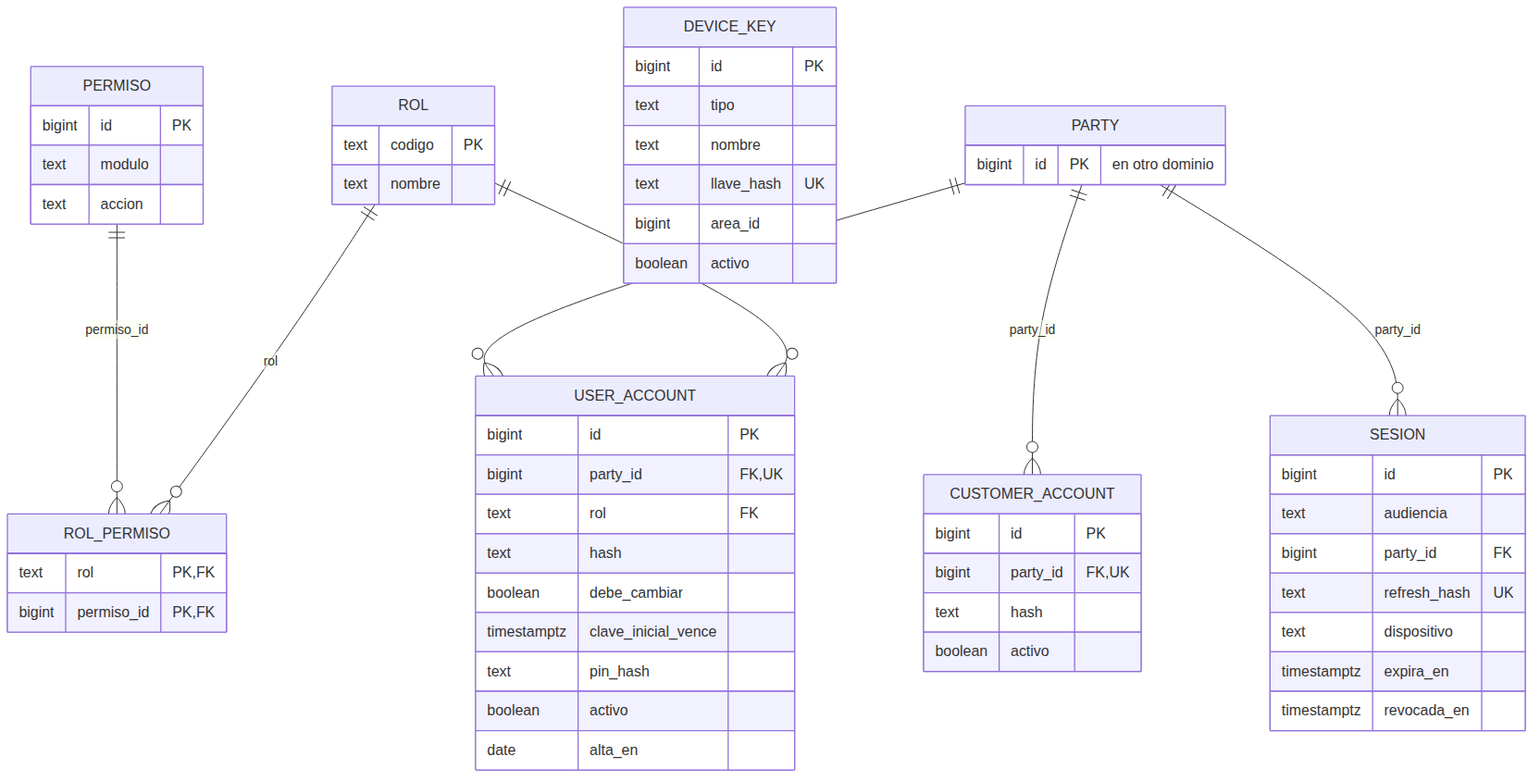
The Mermaid diagram docs/datos/er/02-acceso.png in JoseEM26/caprichos, before a commit. Its source is kept beside it as docs/datos/er/02-acceso.mmd.
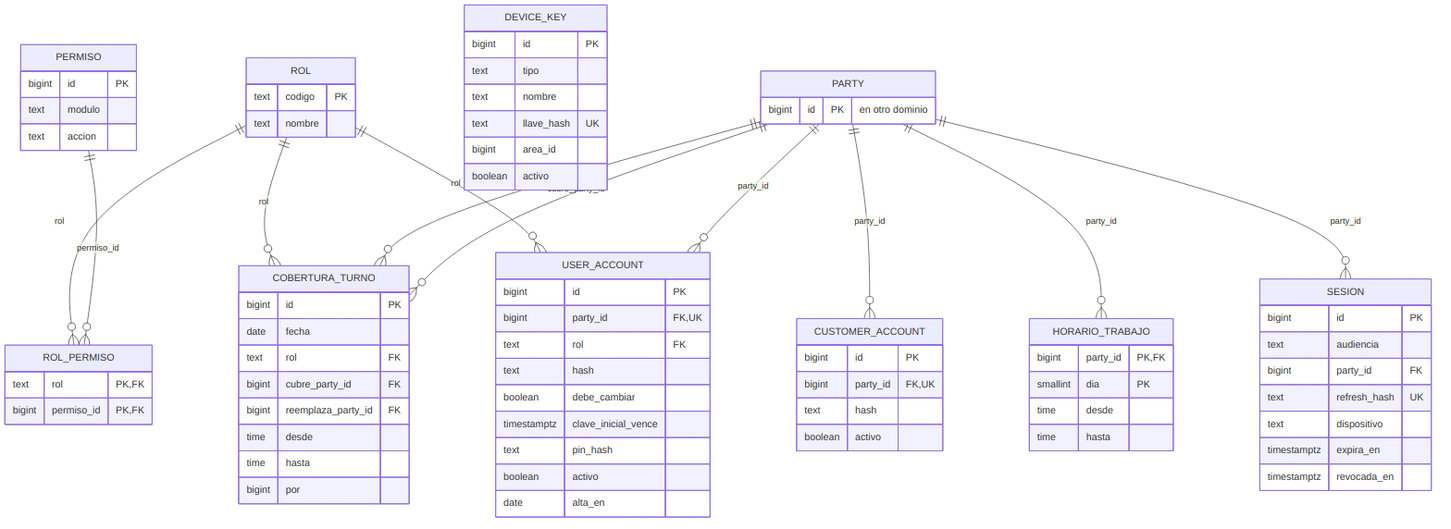
Later version of the same file.

The edit, as a diff of the source:
```diff
@@ -29,6 +29,22 @@
     text hash
     boolean activo
   }
+  HORARIO_TRABAJO {
+    bigint party_id PK,FK
+    smallint dia PK
+    time desde
+    time hasta
+  }
+  COBERTURA_TURNO {
+    bigint id PK
+    date fecha
+    text rol FK
+    bigint cubre_party_id FK
+    bigint reemplaza_party_id FK
+    time desde
+    time hasta
+    bigint por
+  }
   SESION {
     bigint id PK
     text audiencia
@@ -49,9 +65,13 @@
   PARTY {
     bigint id PK "en otro dominio"
   }
+  PARTY ||--o{ COBERTURA_TURNO : "cubre_party_id"
+  PARTY ||--o{ COBERTURA_TURNO : "reemplaza_party_id"
   PARTY ||--o{ CUSTOMER_ACCOUNT : "party_id"
+  PARTY ||--o{ HORARIO_TRABAJO : "party_id"
   PARTY ||--o{ SESION : "party_id"
   PARTY ||--o{ USER_ACCOUNT : "party_id"
   PERMISO ||--o{ ROL_PERMISO : "permiso_id"
+  ROL ||--o{ COBERTURA_TURNO : "rol"
   ROL ||--o{ ROL_PERMISO : "rol"
   ROL ||--o{ USER_ACCOUNT : "rol"
```
